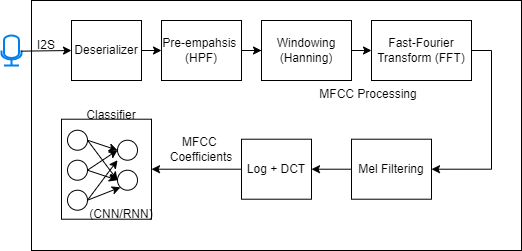
Earlier version of the draw.io export figs/KWS-architecture.png (mixignal/Agentic-RTL2GDS-VLSID25). Source tidied: cells renumbered, new cells last; positions are measured from the earlier drawing's top-left corner, leaving out a move shared by most shapes.
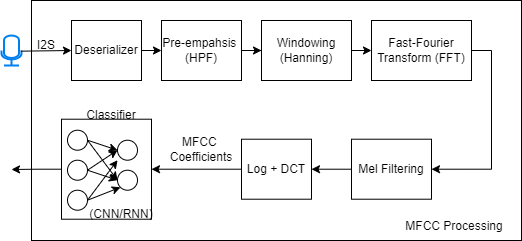
After the change.

What changed in the source:
```diff
@@ -3,7 +3,7 @@
     <mxCell id="0" />
     <mxCell id="1" parent="0" />
     <mxCell id="2" style="rounded=0;whiteSpace=wrap;html=1;" parent="1" vertex="1">
-      <mxGeometry x="30" width="490" height="250" as="geometry" />
+      <mxGeometry x="30" width="490" height="240" as="geometry" />
     </mxCell>
     <mxCell id="3" style="edgeStyle=orthogonalEdgeStyle;rounded=0;jettySize=auto;html=1;exitX=1;exitY=0.5;exitDx=0;exitDy=0;entryX=0;entryY=0.5;entryDx=0;entryDy=0;" parent="1" edge="1" source="4" target="7">
       <mxGeometry relative="1" as="geometry" />
@@ -35,6 +35,11 @@
     <mxCell id="12" style="group;" parent="1" vertex="1">
       <mxGeometry x="60" y="119.7" width="90" height="100" as="geometry" />
     </mxCell>
+    <mxCell id="35" style="edgeStyle=orthogonalEdgeStyle;rounded=0;jettySize=auto;html=1;exitX=0;exitY=0.5;exitDx=0;exitDy=0;" parent="12" edge="1" source="13">
+      <mxGeometry relative="1" as="geometry">
+        <mxPoint x="-50" y="49.3" as="targetPoint" />
+      </mxGeometry>
+    </mxCell>
     <mxCell id="13" style="rounded=0;whiteSpace=wrap;html=1;" parent="12" vertex="1">
       <mxGeometry y="-1" width="90" height="100" as="geometry" />
     </mxCell>
@@ -80,7 +85,7 @@
       <mxGeometry x="80" y="100" width="60" height="30" as="geometry" />
     </mxCell>
     <mxCell id="27" value="MFCC Processing" style="text;strokeColor=none;align=center;fillColor=none;html=1;verticalAlign=middle;whiteSpace=wrap;rounded=0;" parent="1" vertex="1">
-      <mxGeometry x="300" y="80" width="134" height="28.7" as="geometry" />
+      <mxGeometry x="386" y="211.3" width="134" height="28.7" as="geometry" />
     </mxCell>
     <mxCell id="28" style="edgeStyle=orthogonalEdgeStyle;rounded=0;jettySize=auto;html=1;" parent="1" edge="1" source="29" target="4">
       <mxGeometry relative="1" as="geometry" />
```
